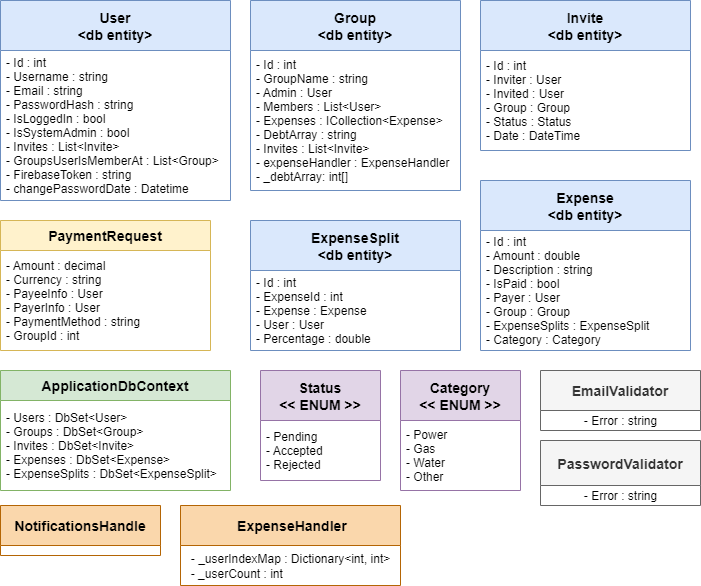
Earlier version of the draw.io export Files/ADD/Data Objects.drawio.png (RoomieBillProjectOrg/RoomieBill). Source tidied: cells renumbered, new cells last; positions are measured from the earlier drawing's top-left corner, leaving out a move shared by most shapes. The source it was exported from:
```xml
<mxGraphModel>
  <root>
    <mxCell id="0" />
    <mxCell id="1" parent="0" />
    <mxCell id="2" value="User&#10;&lt;db entity&gt;" style="swimlane;fontStyle=1;horizontal=1;startSize=50;fontSize=14;fillColor=#dae8fc;strokeColor=#6c8ebf;" parent="1" vertex="1">
      <mxGeometry width="230" height="200" as="geometry" />
    </mxCell>
    <mxCell id="3" value="- Id : int&#10;- Username : string&#10;- Email : string&#10;- PasswordHash : string&#10;- IsLoggedIn : bool&#10;- IsSystemAdmin : bool&#10;- Invites : List&lt;Invite&gt;&#10;- GroupsUserIsMemberAt : List&lt;Group&gt;&#10;- FirebaseToken : string&#10;- changePasswordDate : Datetime" style="text;strokeColor=none;fillColor=none;align=left;verticalAlign=middle;spacingLeft=4;spacingRight=4;overflow=hidden;" parent="2" vertex="1">
      <mxGeometry y="50" width="230" height="150" as="geometry" />
    </mxCell>
    <mxCell id="4" value="PaymentRequest" style="swimlane;fontStyle=1;horizontal=1;startSize=30;fontSize=14;fillColor=#fff2cc;strokeColor=#d6b656;" parent="1" vertex="1">
      <mxGeometry y="220" width="210" height="130" as="geometry" />
    </mxCell>
    <mxCell id="5" value="- Amount : decimal&#10;- Currency : string&#10;- PayeeInfo : User&#10;- PayerInfo : User&#10;- PaymentMethod : string&#10;- GroupId : int" style="text;strokeColor=none;fillColor=none;align=left;verticalAlign=middle;spacingLeft=4;spacingRight=4;overflow=hidden;" parent="4" vertex="1">
      <mxGeometry y="30" width="210" height="100" as="geometry" />
    </mxCell>
    <mxCell id="6" value="Invite&#10;&lt;db entity&gt;" style="swimlane;fontStyle=1;horizontal=1;startSize=50;fontSize=14;fillColor=#dae8fc;strokeColor=#6c8ebf;" parent="1" vertex="1">
      <mxGeometry x="480" width="210" height="150" as="geometry" />
    </mxCell>
    <mxCell id="7" value="- Id : int&#10;- Inviter : User&#10;- Invited : User&#10;- Group : Group&#10;- Status : Status&#10;- Date : DateTime" style="text;strokeColor=none;fillColor=none;align=left;verticalAlign=middle;spacingLeft=4;spacingRight=4;overflow=hidden;" parent="6" vertex="1">
      <mxGeometry y="50" width="210" height="100" as="geometry" />
    </mxCell>
    <mxCell id="8" value="Group&#10;&lt;db entity&gt;" style="swimlane;fontStyle=1;horizontal=1;startSize=50;fontSize=14;fillColor=#dae8fc;strokeColor=#6c8ebf;" parent="1" vertex="1">
      <mxGeometry x="250" width="210" height="190" as="geometry" />
    </mxCell>
    <mxCell id="9" value="- Id : int&#10;- GroupName : string&#10;- Admin : User&#10;- Members : List&lt;User&gt;&#10;- Expenses : ICollection&lt;Expense&gt;&#10;- DebtArray : string&#10;- Invites : List&lt;Invite&gt;&#10;- expenseHandler : ExpenseHandler&#10;- _debtArray: int[]" style="text;strokeColor=none;fillColor=none;align=left;verticalAlign=middle;spacingLeft=4;spacingRight=4;overflow=hidden;" parent="8" vertex="1">
      <mxGeometry y="50" width="210" height="140" as="geometry" />
    </mxCell>
    <mxCell id="10" value="ExpenseSplit&#10;&lt;db entity&gt;" style="swimlane;fontStyle=1;horizontal=1;startSize=50;fontSize=14;fillColor=#dae8fc;strokeColor=#6c8ebf;" parent="1" vertex="1">
      <mxGeometry x="250" y="220" width="210" height="130" as="geometry" />
    </mxCell>
    <mxCell id="11" value="- Id : int&#10;- ExpenseId : int&#10;- Expense : Expense&#10;- User : User&#10;- Percentage : double" style="text;strokeColor=none;fillColor=none;align=left;verticalAlign=middle;spacingLeft=4;spacingRight=4;overflow=hidden;" parent="10" vertex="1">
      <mxGeometry y="50" width="210" height="80" as="geometry" />
    </mxCell>
    <mxCell id="12" value="Expense&#10;&lt;db entity&gt;" style="swimlane;fontStyle=1;horizontal=1;startSize=50;fontSize=14;fillColor=#dae8fc;strokeColor=#6c8ebf;" parent="1" vertex="1">
      <mxGeometry x="480" y="180" width="210" height="170" as="geometry" />
    </mxCell>
    <mxCell id="13" value="- Id : int&#10;- Amount : double&#10;- Description : string&#10;- IsPaid : bool&#10;- Payer : User&#10;- Group : Group&#10;- ExpenseSplits : ExpenseSplit&#10;- Category : Category" style="text;strokeColor=none;fillColor=none;align=left;verticalAlign=middle;spacingLeft=4;spacingRight=4;overflow=hidden;" parent="12" vertex="1">
      <mxGeometry y="50" width="210" height="120" as="geometry" />
    </mxCell>
    <mxCell id="14" value="ApplicationDbContext" style="swimlane;fontStyle=1;horizontal=1;startSize=30;fontSize=14;fillColor=#d5e8d4;strokeColor=#82b366;" parent="1" vertex="1">
      <mxGeometry y="370" width="230" height="120" as="geometry" />
    </mxCell>
    <mxCell id="15" value="- Users : DbSet&lt;User&gt;&#10;- Groups : DbSet&lt;Group&gt;&#10;- Invites : DbSet&lt;Invite&gt;&#10;- Expenses : DbSet&lt;Expense&gt;&#10;- ExpenseSplits : DbSet&lt;ExpenseSplit&gt;" style="text;strokeColor=none;fillColor=none;align=left;verticalAlign=middle;spacingLeft=4;spacingRight=4;overflow=hidden;" parent="14" vertex="1">
      <mxGeometry y="30" width="230" height="90" as="geometry" />
    </mxCell>
    <mxCell id="16" value="Status&#10;&lt;&lt; ENUM &gt;&gt;" style="swimlane;fontStyle=1;horizontal=1;startSize=50;fontSize=14;fillColor=#e1d5e7;strokeColor=#9673a6;" parent="1" vertex="1">
      <mxGeometry x="260" y="370" width="120" height="110" as="geometry" />
    </mxCell>
    <mxCell id="17" value="- Pending&#10;- Accepted&#10;- Rejected" style="text;strokeColor=none;fillColor=none;align=left;verticalAlign=middle;spacingLeft=4;spacingRight=4;overflow=hidden;" parent="16" vertex="1">
      <mxGeometry y="50" width="120" height="60" as="geometry" />
    </mxCell>
    <mxCell id="18" value="Category&#10;&lt;&lt; ENUM &gt;&gt;" style="swimlane;fontStyle=1;horizontal=1;startSize=50;fontSize=14;fillColor=#e1d5e7;strokeColor=#9673a6;" parent="1" vertex="1">
      <mxGeometry x="400" y="370" width="120" height="120" as="geometry" />
    </mxCell>
    <mxCell id="19" value="- Power&#10;- Gas&#10;- Water&#10;- Other" style="text;strokeColor=none;fillColor=none;align=left;verticalAlign=middle;spacingLeft=4;spacingRight=4;overflow=hidden;" parent="18" vertex="1">
      <mxGeometry y="50" width="120" height="70" as="geometry" />
    </mxCell>
    <mxCell id="20" value="NotificationsHandle" style="swimlane;fontStyle=1;horizontal=1;startSize=40;fontSize=14;fillColor=#fad7ac;strokeColor=#b46504;" parent="1" vertex="1">
      <mxGeometry y="505" width="160" height="50" as="geometry" />
    </mxCell>
    <mxCell id="21" value="EmailValidator" style="swimlane;fontStyle=1;horizontal=1;startSize=40;fontSize=14;fillColor=#f5f5f5;strokeColor=#666666;fontColor=#333333;" parent="1" vertex="1">
      <mxGeometry x="540" y="370" width="160" height="60" as="geometry" />
    </mxCell>
    <mxCell id="22" value="&lt;span style=&quot;font-size: 12px; text-align: left;&quot;&gt;- Error : string&lt;/span&gt;" style="text;html=1;align=center;verticalAlign=middle;strokeColor=none;fillColor=none;fontSize=14;" parent="21" vertex="1">
      <mxGeometry y="40" width="160" height="20" as="geometry" />
    </mxCell>
    <mxCell id="23" value="PasswordValidator" style="swimlane;fontStyle=1;horizontal=1;startSize=45;fontSize=14;fillColor=#f5f5f5;strokeColor=#666666;fontColor=#333333;" parent="1" vertex="1">
      <mxGeometry x="540" y="440" width="160" height="65" as="geometry" />
    </mxCell>
    <mxCell id="24" value="&lt;span style=&quot;font-size: 12px; text-align: left;&quot;&gt;- Error : string&lt;/span&gt;" style="text;html=1;align=center;verticalAlign=middle;strokeColor=none;fillColor=none;fontSize=14;" parent="23" vertex="1">
      <mxGeometry y="45" width="160" height="20" as="geometry" />
    </mxCell>
    <mxCell id="25" value=" ExpenseHandler" style="swimlane;fontStyle=1;horizontal=1;startSize=40;fontSize=14;fillColor=#fad7ac;strokeColor=#b46504;" parent="1" vertex="1">
      <mxGeometry x="180" y="505" width="220" height="80" as="geometry" />
    </mxCell>
    <mxCell id="26" value="&lt;span style=&quot;text-align: left;&quot;&gt;&lt;span style=&quot;font-size: 12px;&quot;&gt;- _userIndexMap :&amp;nbsp;&lt;/span&gt;&lt;/span&gt;&lt;span style=&quot;font-size: 12px;&quot;&gt;Dictionary&amp;lt;int, int&amp;gt;&lt;br&gt;&lt;div style=&quot;text-align: left;&quot;&gt;&lt;span style=&quot;background-color: initial;&quot;&gt;-&amp;nbsp;&lt;/span&gt;&lt;span style=&quot;background-color: initial;&quot;&gt;_userCount : int&lt;/span&gt;&lt;/div&gt;&lt;/span&gt;" style="text;html=1;align=center;verticalAlign=middle;strokeColor=none;fillColor=none;fontSize=14;" parent="25" vertex="1">
      <mxGeometry y="40" width="220" height="40" as="geometry" />
    </mxCell>
  </root>
</mxGraphModel>
```
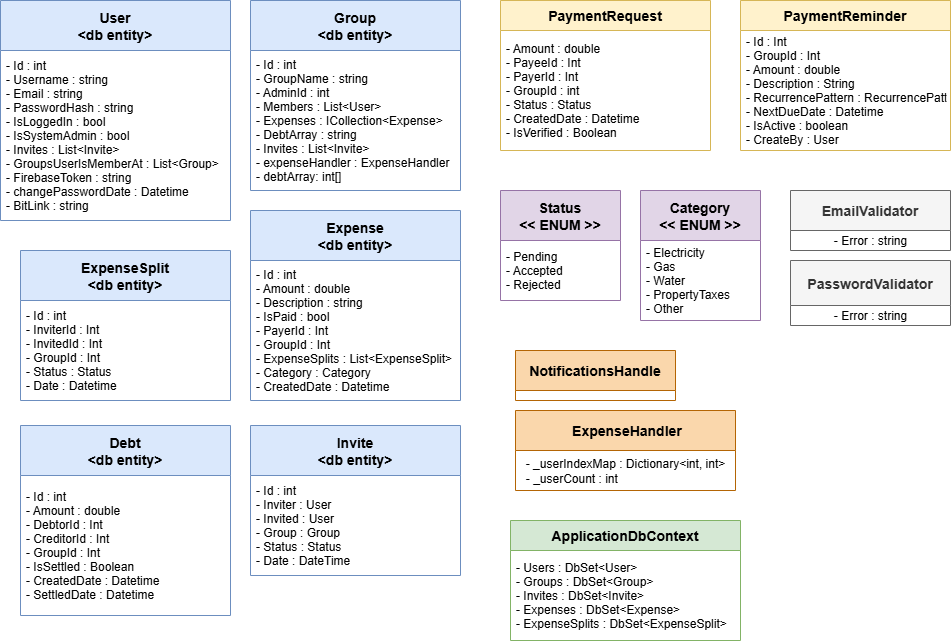
Above is the later version.

Change to the diagram source:
```diff
@@ -3,79 +3,91 @@
     <mxCell id="0" />
     <mxCell id="1" parent="0" />
     <mxCell id="2" value="User&#10;&lt;db entity&gt;" style="swimlane;fontStyle=1;horizontal=1;startSize=50;fontSize=14;fillColor=#dae8fc;strokeColor=#6c8ebf;" parent="1" vertex="1">
-      <mxGeometry width="230" height="200" as="geometry" />
+      <mxGeometry y="-20" width="230" height="220" as="geometry" />
     </mxCell>
-    <mxCell id="3" value="- Id : int&#10;- Username : string&#10;- Email : string&#10;- PasswordHash : string&#10;- IsLoggedIn : bool&#10;- IsSystemAdmin : bool&#10;- Invites : List&lt;Invite&gt;&#10;- GroupsUserIsMemberAt : List&lt;Group&gt;&#10;- FirebaseToken : string&#10;- changePasswordDate : Datetime" style="text;strokeColor=none;fillColor=none;align=left;verticalAlign=middle;spacingLeft=4;spacingRight=4;overflow=hidden;" parent="2" vertex="1">
-      <mxGeometry y="50" width="230" height="150" as="geometry" />
+    <mxCell id="3" value="- Id : int&#10;- Username : string&#10;- Email : string&#10;- PasswordHash : string&#10;- IsLoggedIn : bool&#10;- IsSystemAdmin : bool&#10;- Invites : List&lt;Invite&gt;&#10;- GroupsUserIsMemberAt : List&lt;Group&gt;&#10;- FirebaseToken : string&#10;- changePasswordDate : Datetime&#10;- BitLink : string" style="text;strokeColor=none;fillColor=none;align=left;verticalAlign=middle;spacingLeft=4;spacingRight=4;overflow=hidden;" parent="2" vertex="1">
+      <mxGeometry y="50" width="230" height="170" as="geometry" />
     </mxCell>
     <mxCell id="4" value="PaymentRequest" style="swimlane;fontStyle=1;horizontal=1;startSize=30;fontSize=14;fillColor=#fff2cc;strokeColor=#d6b656;" parent="1" vertex="1">
-      <mxGeometry y="220" width="210" height="130" as="geometry" />
+      <mxGeometry x="500" y="-20" width="210" height="150" as="geometry" />
     </mxCell>
-    <mxCell id="5" value="- Amount : decimal&#10;- Currency : string&#10;- PayeeInfo : User&#10;- PayerInfo : User&#10;- PaymentMethod : string&#10;- GroupId : int" style="text;strokeColor=none;fillColor=none;align=left;verticalAlign=middle;spacingLeft=4;spacingRight=4;overflow=hidden;" parent="4" vertex="1">
-      <mxGeometry y="30" width="210" height="100" as="geometry" />
+    <mxCell id="5" value="- Amount : double&#10;- PayeeId : Int&#10;- PayerId : Int&#10;- GroupId : int&#10;- Status : Status&#10;- CreatedDate : Datetime&#10;- IsVerified : Boolean" style="text;strokeColor=none;fillColor=none;align=left;verticalAlign=middle;spacingLeft=4;spacingRight=4;overflow=hidden;" parent="4" vertex="1">
+      <mxGeometry y="30" width="210" height="120" as="geometry" />
     </mxCell>
     <mxCell id="6" value="Invite&#10;&lt;db entity&gt;" style="swimlane;fontStyle=1;horizontal=1;startSize=50;fontSize=14;fillColor=#dae8fc;strokeColor=#6c8ebf;" parent="1" vertex="1">
-      <mxGeometry x="480" width="210" height="150" as="geometry" />
+      <mxGeometry x="250" y="405" width="210" height="150" as="geometry" />
     </mxCell>
     <mxCell id="7" value="- Id : int&#10;- Inviter : User&#10;- Invited : User&#10;- Group : Group&#10;- Status : Status&#10;- Date : DateTime" style="text;strokeColor=none;fillColor=none;align=left;verticalAlign=middle;spacingLeft=4;spacingRight=4;overflow=hidden;" parent="6" vertex="1">
       <mxGeometry y="50" width="210" height="100" as="geometry" />
     </mxCell>
     <mxCell id="8" value="Group&#10;&lt;db entity&gt;" style="swimlane;fontStyle=1;horizontal=1;startSize=50;fontSize=14;fillColor=#dae8fc;strokeColor=#6c8ebf;" parent="1" vertex="1">
-      <mxGeometry x="250" width="210" height="190" as="geometry" />
+      <mxGeometry x="250" y="-20" width="210" height="190" as="geometry" />
     </mxCell>
-    <mxCell id="9" value="- Id : int&#10;- GroupName : string&#10;- Admin : User&#10;- Members : List&lt;User&gt;&#10;- Expenses : ICollection&lt;Expense&gt;&#10;- DebtArray : string&#10;- Invites : List&lt;Invite&gt;&#10;- expenseHandler : ExpenseHandler&#10;- _debtArray: int[]" style="text;strokeColor=none;fillColor=none;align=left;verticalAlign=middle;spacingLeft=4;spacingRight=4;overflow=hidden;" parent="8" vertex="1">
+    <mxCell id="9" value="- Id : int&#10;- GroupName : string&#10;- AdminId : int&#10;- Members : List&lt;User&gt;&#10;- Expenses : ICollection&lt;Expense&gt;&#10;- DebtArray : string&#10;- Invites : List&lt;Invite&gt;&#10;- expenseHandler : ExpenseHandler&#10;- debtArray: int[]" style="text;strokeColor=none;fillColor=none;align=left;verticalAlign=middle;spacingLeft=4;spacingRight=4;overflow=hidden;" parent="8" vertex="1">
       <mxGeometry y="50" width="210" height="140" as="geometry" />
     </mxCell>
     <mxCell id="10" value="ExpenseSplit&#10;&lt;db entity&gt;" style="swimlane;fontStyle=1;horizontal=1;startSize=50;fontSize=14;fillColor=#dae8fc;strokeColor=#6c8ebf;" parent="1" vertex="1">
-      <mxGeometry x="250" y="220" width="210" height="130" as="geometry" />
+      <mxGeometry x="20" y="230" width="210" height="150" as="geometry" />
     </mxCell>
-    <mxCell id="11" value="- Id : int&#10;- ExpenseId : int&#10;- Expense : Expense&#10;- User : User&#10;- Percentage : double" style="text;strokeColor=none;fillColor=none;align=left;verticalAlign=middle;spacingLeft=4;spacingRight=4;overflow=hidden;" parent="10" vertex="1">
-      <mxGeometry y="50" width="210" height="80" as="geometry" />
+    <mxCell id="11" value="- Id : int&#10;- InviterId : Int&#10;- InvitedId : Int&#10;- GroupId : Int&#10;- Status : Status&#10;- Date : Datetime" style="text;strokeColor=none;fillColor=none;align=left;verticalAlign=middle;spacingLeft=4;spacingRight=4;overflow=hidden;" parent="10" vertex="1">
+      <mxGeometry y="50" width="210" height="100" as="geometry" />
     </mxCell>
     <mxCell id="12" value="Expense&#10;&lt;db entity&gt;" style="swimlane;fontStyle=1;horizontal=1;startSize=50;fontSize=14;fillColor=#dae8fc;strokeColor=#6c8ebf;" parent="1" vertex="1">
-      <mxGeometry x="480" y="180" width="210" height="170" as="geometry" />
+      <mxGeometry x="250" y="190" width="210" height="190" as="geometry" />
     </mxCell>
-    <mxCell id="13" value="- Id : int&#10;- Amount : double&#10;- Description : string&#10;- IsPaid : bool&#10;- Payer : User&#10;- Group : Group&#10;- ExpenseSplits : ExpenseSplit&#10;- Category : Category" style="text;strokeColor=none;fillColor=none;align=left;verticalAlign=middle;spacingLeft=4;spacingRight=4;overflow=hidden;" parent="12" vertex="1">
-      <mxGeometry y="50" width="210" height="120" as="geometry" />
+    <mxCell id="13" value="- Id : int&#10;- Amount : double&#10;- Description : string&#10;- IsPaid : bool&#10;- PayerId : Int&#10;- GroupId : Int&#10;- ExpenseSplits : List&lt;ExpenseSplit&gt;&#10;- Category : Category&#10;- CreatedDate : Datetime" style="text;strokeColor=none;fillColor=none;align=left;verticalAlign=middle;spacingLeft=4;spacingRight=4;overflow=hidden;" parent="12" vertex="1">
+      <mxGeometry y="50" width="210" height="140" as="geometry" />
     </mxCell>
     <mxCell id="14" value="ApplicationDbContext" style="swimlane;fontStyle=1;horizontal=1;startSize=30;fontSize=14;fillColor=#d5e8d4;strokeColor=#82b366;" parent="1" vertex="1">
-      <mxGeometry y="370" width="230" height="120" as="geometry" />
+      <mxGeometry x="510" y="500" width="230" height="120" as="geometry" />
     </mxCell>
     <mxCell id="15" value="- Users : DbSet&lt;User&gt;&#10;- Groups : DbSet&lt;Group&gt;&#10;- Invites : DbSet&lt;Invite&gt;&#10;- Expenses : DbSet&lt;Expense&gt;&#10;- ExpenseSplits : DbSet&lt;ExpenseSplit&gt;" style="text;strokeColor=none;fillColor=none;align=left;verticalAlign=middle;spacingLeft=4;spacingRight=4;overflow=hidden;" parent="14" vertex="1">
       <mxGeometry y="30" width="230" height="90" as="geometry" />
     </mxCell>
     <mxCell id="16" value="Status&#10;&lt;&lt; ENUM &gt;&gt;" style="swimlane;fontStyle=1;horizontal=1;startSize=50;fontSize=14;fillColor=#e1d5e7;strokeColor=#9673a6;" parent="1" vertex="1">
-      <mxGeometry x="260" y="370" width="120" height="110" as="geometry" />
+      <mxGeometry x="500" y="170" width="120" height="110" as="geometry" />
     </mxCell>
     <mxCell id="17" value="- Pending&#10;- Accepted&#10;- Rejected" style="text;strokeColor=none;fillColor=none;align=left;verticalAlign=middle;spacingLeft=4;spacingRight=4;overflow=hidden;" parent="16" vertex="1">
       <mxGeometry y="50" width="120" height="60" as="geometry" />
     </mxCell>
     <mxCell id="18" value="Category&#10;&lt;&lt; ENUM &gt;&gt;" style="swimlane;fontStyle=1;horizontal=1;startSize=50;fontSize=14;fillColor=#e1d5e7;strokeColor=#9673a6;" parent="1" vertex="1">
-      <mxGeometry x="400" y="370" width="120" height="120" as="geometry" />
+      <mxGeometry x="640" y="170" width="120" height="130" as="geometry" />
     </mxCell>
-    <mxCell id="19" value="- Power&#10;- Gas&#10;- Water&#10;- Other" style="text;strokeColor=none;fillColor=none;align=left;verticalAlign=middle;spacingLeft=4;spacingRight=4;overflow=hidden;" parent="18" vertex="1">
-      <mxGeometry y="50" width="120" height="70" as="geometry" />
+    <mxCell id="19" value="- Electricity&#10;- Gas&#10;- Water&#10;- PropertyTaxes&#10;- Other" style="text;strokeColor=none;fillColor=none;align=left;verticalAlign=middle;spacingLeft=4;spacingRight=4;overflow=hidden;" parent="18" vertex="1">
+      <mxGeometry y="50" width="120" height="80" as="geometry" />
     </mxCell>
     <mxCell id="20" value="NotificationsHandle" style="swimlane;fontStyle=1;horizontal=1;startSize=40;fontSize=14;fillColor=#fad7ac;strokeColor=#b46504;" parent="1" vertex="1">
-      <mxGeometry y="505" width="160" height="50" as="geometry" />
+      <mxGeometry x="515" y="330" width="160" height="50" as="geometry" />
     </mxCell>
     <mxCell id="21" value="EmailValidator" style="swimlane;fontStyle=1;horizontal=1;startSize=40;fontSize=14;fillColor=#f5f5f5;strokeColor=#666666;fontColor=#333333;" parent="1" vertex="1">
-      <mxGeometry x="540" y="370" width="160" height="60" as="geometry" />
+      <mxGeometry x="790" y="170" width="160" height="60" as="geometry" />
     </mxCell>
     <mxCell id="22" value="&lt;span style=&quot;font-size: 12px; text-align: left;&quot;&gt;- Error : string&lt;/span&gt;" style="text;html=1;align=center;verticalAlign=middle;strokeColor=none;fillColor=none;fontSize=14;" parent="21" vertex="1">
       <mxGeometry y="40" width="160" height="20" as="geometry" />
     </mxCell>
     <mxCell id="23" value="PasswordValidator" style="swimlane;fontStyle=1;horizontal=1;startSize=45;fontSize=14;fillColor=#f5f5f5;strokeColor=#666666;fontColor=#333333;" parent="1" vertex="1">
-      <mxGeometry x="540" y="440" width="160" height="65" as="geometry" />
+      <mxGeometry x="790" y="240" width="160" height="65" as="geometry" />
     </mxCell>
     <mxCell id="24" value="&lt;span style=&quot;font-size: 12px; text-align: left;&quot;&gt;- Error : string&lt;/span&gt;" style="text;html=1;align=center;verticalAlign=middle;strokeColor=none;fillColor=none;fontSize=14;" parent="23" vertex="1">
       <mxGeometry y="45" width="160" height="20" as="geometry" />
     </mxCell>
     <mxCell id="25" value=" ExpenseHandler" style="swimlane;fontStyle=1;horizontal=1;startSize=40;fontSize=14;fillColor=#fad7ac;strokeColor=#b46504;" parent="1" vertex="1">
-      <mxGeometry x="180" y="505" width="220" height="80" as="geometry" />
+      <mxGeometry x="515" y="390" width="220" height="80" as="geometry" />
     </mxCell>
     <mxCell id="26" value="&lt;span style=&quot;text-align: left;&quot;&gt;&lt;span style=&quot;font-size: 12px;&quot;&gt;- _userIndexMap :&amp;nbsp;&lt;/span&gt;&lt;/span&gt;&lt;span style=&quot;font-size: 12px;&quot;&gt;Dictionary&amp;lt;int, int&amp;gt;&lt;br&gt;&lt;div style=&quot;text-align: left;&quot;&gt;&lt;span style=&quot;background-color: initial;&quot;&gt;-&amp;nbsp;&lt;/span&gt;&lt;span style=&quot;background-color: initial;&quot;&gt;_userCount : int&lt;/span&gt;&lt;/div&gt;&lt;/span&gt;" style="text;html=1;align=center;verticalAlign=middle;strokeColor=none;fillColor=none;fontSize=14;" parent="25" vertex="1">
       <mxGeometry y="40" width="220" height="40" as="geometry" />
     </mxCell>
+    <mxCell id="27" value="PaymentReminder" style="swimlane;fontStyle=1;horizontal=1;startSize=30;fontSize=14;fillColor=#fff2cc;strokeColor=#d6b656;" parent="1" vertex="1">
+      <mxGeometry x="740" y="-20" width="210" height="150" as="geometry" />
+    </mxCell>
+    <mxCell id="28" value="- Id : Int&#10;- GroupId : Int&#10;- Amount : double&#10;- Description : String&#10;- RecurrencePattern : RecurrencePattern &#10;- NextDueDate : Datetime&#10;- IsActive : boolean&#10;- CreateBy : User" style="text;strokeColor=none;fillColor=none;align=left;verticalAlign=middle;spacingLeft=4;spacingRight=4;overflow=hidden;" parent="27" vertex="1">
+      <mxGeometry y="30" width="210" height="120" as="geometry" />
+    </mxCell>
+    <mxCell id="29" value="Debt&#10;&lt;db entity&gt;" style="swimlane;fontStyle=1;horizontal=1;startSize=50;fontSize=14;fillColor=#dae8fc;strokeColor=#6c8ebf;" parent="1" vertex="1">
+      <mxGeometry x="20" y="405" width="210" height="190" as="geometry" />
+    </mxCell>
+    <mxCell id="30" value="- Id : int&#10;- Amount : double&#10;- DebtorId : Int&#10;- CreditorId : Int&#10;- GroupId : Int&#10;- IsSettled : Boolean&#10;- CreatedDate : Datetime&#10;- SettledDate : Datetime" style="text;strokeColor=none;fillColor=none;align=left;verticalAlign=middle;spacingLeft=4;spacingRight=4;overflow=hidden;" parent="29" vertex="1">
+      <mxGeometry y="50" width="210" height="140" as="geometry" />
+    </mxCell>
   </root>
 </mxGraphModel>
```
